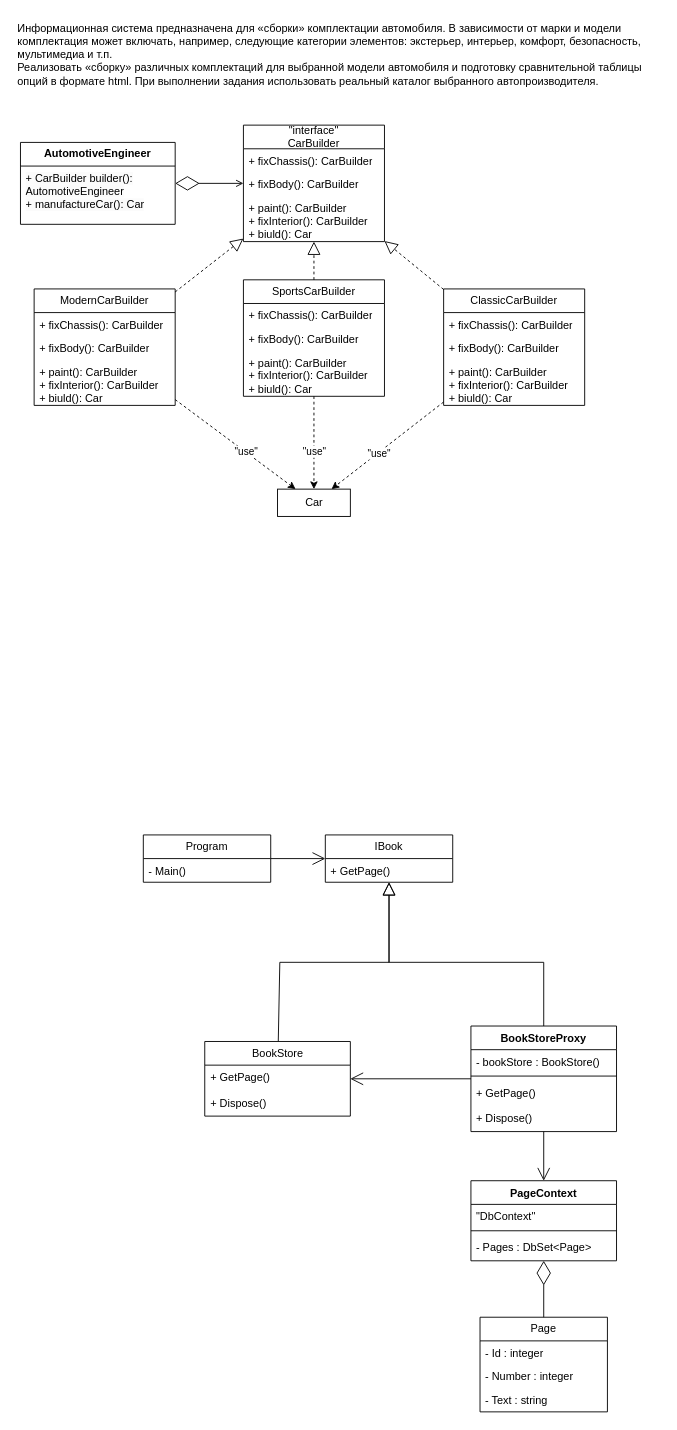
This is page "2 семестр" (2 of 2) of fist.lab.drawio from veradel/BEAUTY_GLAMOUR_932220, a draw.io file, before an edit. Source tidied: cells renumbered, new cells numbered last; positions are measured from the earlier drawing's top-left corner, leaving out a move shared by most shapes. Both pictures are drawn from the tidied source at 91%, with x=0, y=0 at pixel (15, 15).
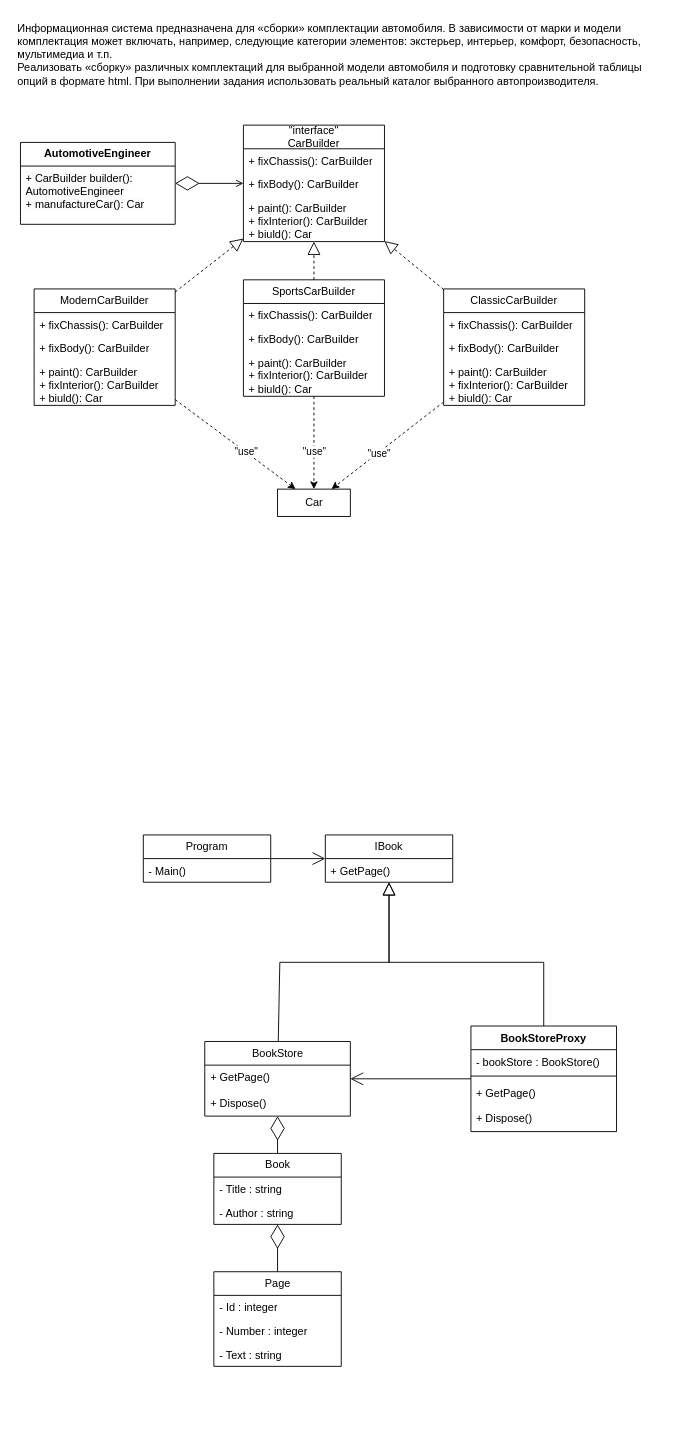
Above is the later version.

The change refers to these unchanged cells:
```xml
<mxCell id="36" value="BookStoreProxy" style="swimlane;fontStyle=1;align=center;verticalAlign=top;horizontal=1;startSize=26;whiteSpace=wrap;html=1;" parent="1" vertex="1">
  <mxGeometry x="500" y="1110" width="160" height="116" as="geometry" />
</mxCell>
<mxCell id="49" value="&lt;span style=&quot;font-weight: 400;&quot;&gt;BookStore&lt;/span&gt;" style="swimlane;fontStyle=1;align=center;verticalAlign=top;horizontal=1;startSize=26;whiteSpace=wrap;html=1;" parent="1" vertex="1">
  <mxGeometry x="207.5" y="1127" width="160" height="82" as="geometry" />
</mxCell>
```

The edit, as a diff of the source:
```diff
@@
     <mxCell id="45" value="Page" style="swimlane;fontStyle=0;horizontal=1;startSize=26;fillColor=none;whiteSpace=wrap;html=1;" parent="1" vertex="1">
-      <mxGeometry x="510" y="1430" width="140" height="104" as="geometry" />
+      <mxGeometry x="217.5" y="1380" width="140" height="104" as="geometry" />
     </mxCell>
@@
-    <mxCell id="52" value="PageContext" style="swimlane;fontStyle=1;align=center;verticalAlign=top;horizontal=1;startSize=26;whiteSpace=wrap;html=1;" parent="1" vertex="1">
-      <mxGeometry x="500" y="1280" width="160" height="88" as="geometry" />
-    </mxCell>
-    <mxCell id="53" value="&quot;DbContext&quot;" style="text;strokeColor=none;fillColor=none;align=left;verticalAlign=top;spacingLeft=4;spacingRight=4;overflow=hidden;whiteSpace=wrap;html=1;" parent="52" vertex="1">
-      <mxGeometry y="26" width="160" height="24" as="geometry" />
-    </mxCell>
-    <mxCell id="54" style="line;strokeWidth=1;fillColor=none;align=left;verticalAlign=middle;spacingTop=-1;spacingLeft=3;spacingRight=3;labelPosition=right;strokeColor=inherit;" parent="52" vertex="1">
-      <mxGeometry y="50" width="160" height="10" as="geometry" />
-    </mxCell>
-    <mxCell id="55" value="- Pages : DbSet&amp;lt;Page&amp;gt;" style="text;strokeColor=none;fillColor=none;align=left;verticalAlign=top;spacingLeft=4;spacingRight=4;overflow=hidden;whiteSpace=wrap;html=1;" parent="52" vertex="1">
-      <mxGeometry y="60" width="160" height="28" as="geometry" />
-    </mxCell>
-    <mxCell id="56" style="endArrow=diamondThin;endFill=0;endSize=24;html=1;rounded=0;startArrow=none;startFill=0;" parent="1" edge="1" source="45" target="52">
+    <mxCell id="56" style="endArrow=diamondThin;endFill=0;endSize=24;html=1;rounded=0;startArrow=none;startFill=0;" parent="1" edge="1" source="45" target="59">
       <mxGeometry relative="1" as="geometry" />
     </mxCell>
-    <mxCell id="57" style="endArrow=open;endFill=1;endSize=12;html=1;rounded=0;" parent="1" edge="1" source="36" target="52">
-      <mxGeometry relative="1" as="geometry" />
-    </mxCell>
+    <mxCell id="58" style="endArrow=diamondThin;endFill=0;endSize=24;html=1;rounded=0;startArrow=none;startFill=0;" parent="1" edge="1" source="59" target="49">
+      <mxGeometry relative="1" as="geometry" />
+    </mxCell>
+    <mxCell id="59" value="Book" style="swimlane;fontStyle=0;horizontal=1;startSize=26;fillColor=none;whiteSpace=wrap;html=1;" parent="1" vertex="1">
+      <mxGeometry x="217.5" y="1250" width="140" height="78" as="geometry" />
+    </mxCell>
+    <mxCell id="60" value="- Title : string" style="text;strokeColor=none;fillColor=none;align=left;verticalAlign=top;spacingLeft=4;spacingRight=4;overflow=hidden;whiteSpace=wrap;html=1;" parent="59" vertex="1">
+      <mxGeometry y="26" width="140" height="26" as="geometry" />
+    </mxCell>
+    <mxCell id="61" value="- Author : string&lt;div&gt;&lt;br&gt;&lt;/div&gt;" style="text;strokeColor=none;fillColor=none;align=left;verticalAlign=top;spacingLeft=4;spacingRight=4;overflow=hidden;whiteSpace=wrap;html=1;" parent="59" vertex="1">
+      <mxGeometry y="52" width="140" height="26" as="geometry" />
+    </mxCell>
```
